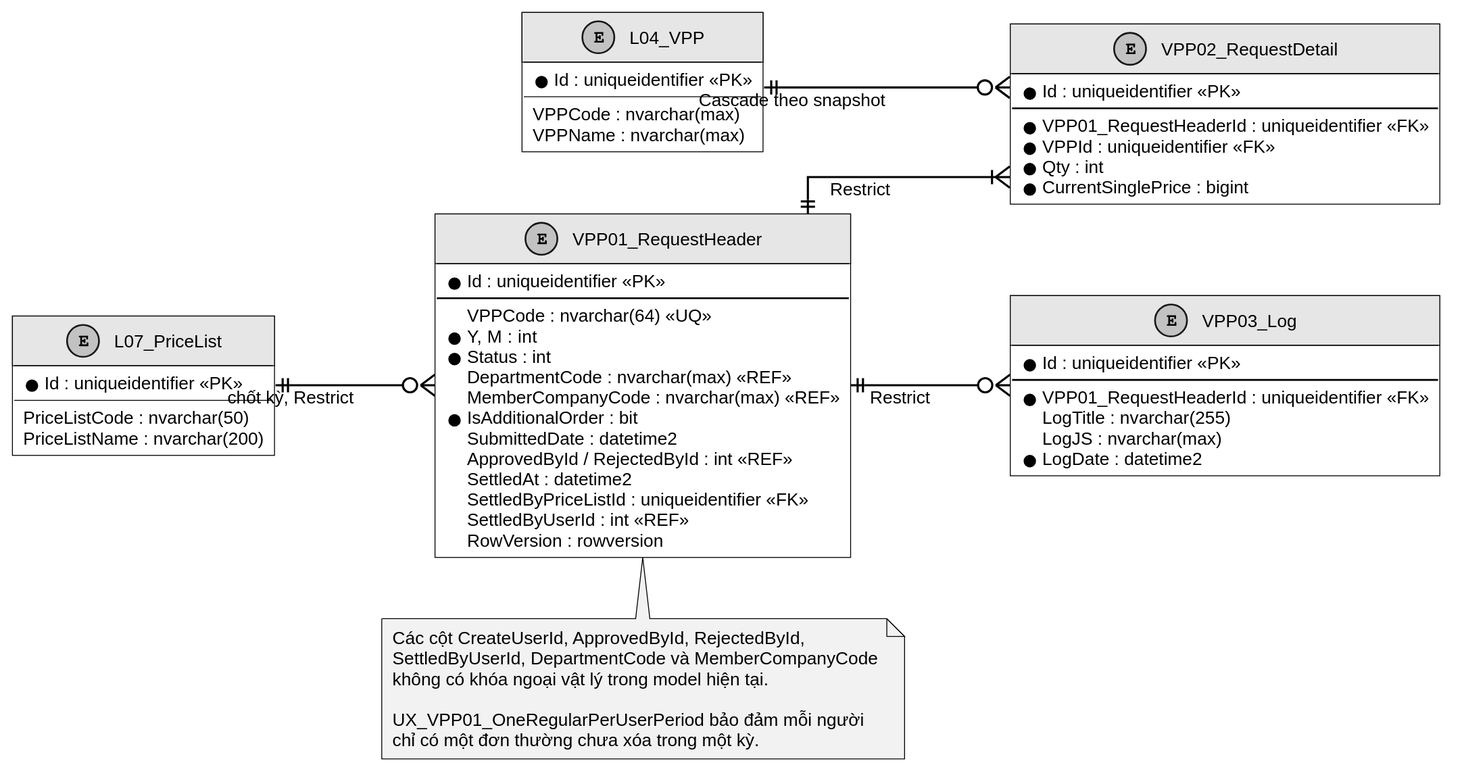
Before: LVTN/diagrams/ch03/erd-request-log.svg, a diagram exported from PlantUML (Miikey24s/gtas_vpp).
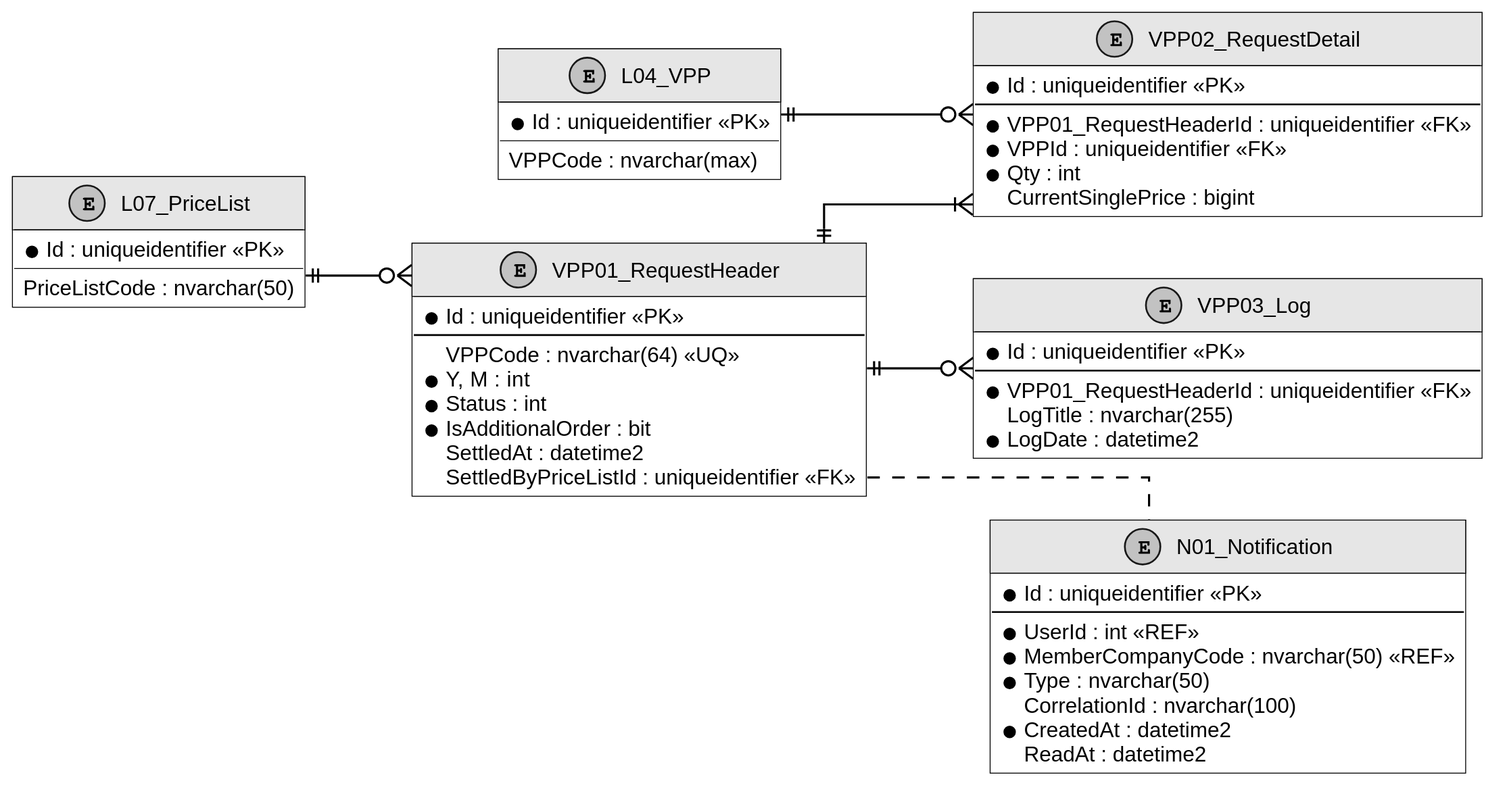
Above is the later version.

Change to the diagram source:
```diff
@@ -3,7 +3,7 @@
 
 left to right direction
 skinparam linetype ortho
-skinparam defaultFontSize 10
+skinparam defaultFontSize 12
 
 entity "VPP01_RequestHeader" as H {
   * Id : uniqueidentifier <<PK>>
@@ -11,15 +11,9 @@
   VPPCode : nvarchar(64) <<UQ>>
   * Y, M : int
   * Status : int
-  DepartmentCode : nvarchar(max) <<REF>>
-  MemberCompanyCode : nvarchar(max) <<REF>>
   * IsAdditionalOrder : bit
-  SubmittedDate : datetime2
-  ApprovedById / RejectedById : int <<REF>>
   SettledAt : datetime2
   SettledByPriceListId : uniqueidentifier <<FK>>
-  SettledByUserId : int <<REF>>
-  RowVersion : rowversion
 }
 
 entity "VPP02_RequestDetail" as D {
@@ -28,7 +22,7 @@
   * VPP01_RequestHeaderId : uniqueidentifier <<FK>>
   * VPPId : uniqueidentifier <<FK>>
   * Qty : int
-  * CurrentSinglePrice : bigint
+  CurrentSinglePrice : bigint
 }
 
 entity "VPP03_Log" as L {
@@ -36,33 +30,37 @@
   --
   * VPP01_RequestHeaderId : uniqueidentifier <<FK>>
   LogTitle : nvarchar(255)
-  LogJS : nvarchar(max)
   * LogDate : datetime2
+}
+
+entity "N01_Notification" as N {
+  * Id : uniqueidentifier <<PK>>
+  --
+  * UserId : int <<REF>>
+  * MemberCompanyCode : nvarchar(50) <<REF>>
+  * Type : nvarchar(50)
+  CorrelationId : nvarchar(100)
+  * CreatedAt : datetime2
+  ReadAt : datetime2
 }
 
 entity "L04_VPP" as ITEM {
   * Id : uniqueidentifier <<PK>>
   VPPCode : nvarchar(max)
-  VPPName : nvarchar(max)
 }
 
 entity "L07_PriceList" as PL {
   * Id : uniqueidentifier <<PK>>
   PriceListCode : nvarchar(50)
-  PriceListName : nvarchar(200)
 }
 
-H ||--|{ D : Restrict
-H ||--o{ L : Restrict
-ITEM ||--o{ D : Cascade theo snapshot
-PL ||--o{ H : chốt kỳ, Restrict
+PL -[hidden]right- ITEM
+D -[hidden]right- L
+L -[hidden]right- N
 
-note bottom of H
-Các cột CreateUserId, ApprovedById, RejectedById,
-SettledByUserId, DepartmentCode và MemberCompanyCode
-không có khóa ngoại vật lý trong model hiện tại.
-
-UX_VPP01_OneRegularPerUserPeriod bảo đảm mỗi người
-chỉ có một đơn thường chưa xóa trong một kỳ.
-end note
+PL ||--o{ H
+ITEM ||--o{ D
+H ||--|{ D
+H ||--o{ L
+H .. N
 @enduml
```
